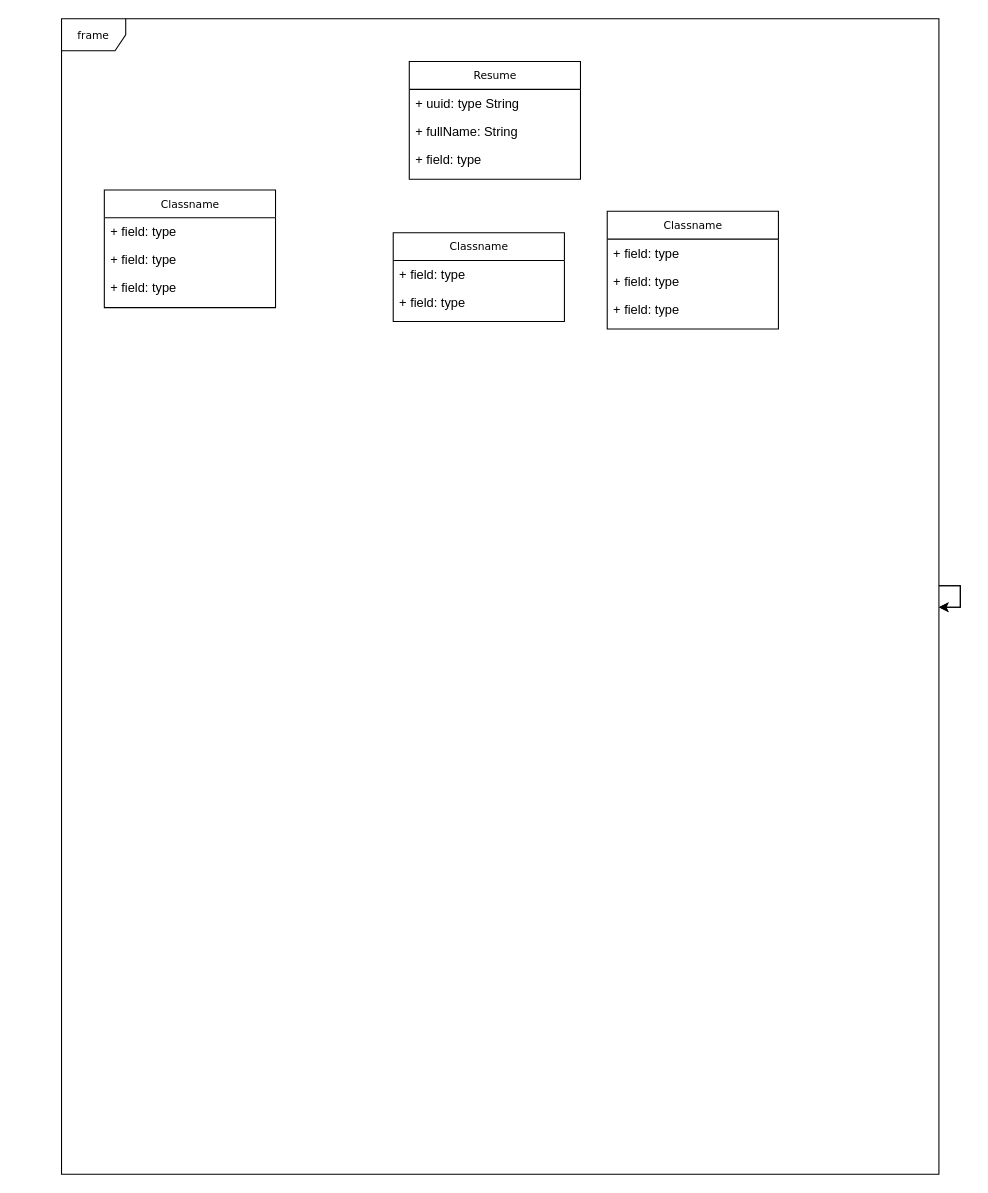
Before: ResumeStorage.drawio in sasjava/basejava, a draw.io diagram. Source tidied: cells renumbered, new cells numbered last; positions are measured from the earlier drawing's top-left corner, leaving out a move shared by most shapes. Both pictures are drawn from the tidied source at 107%, with x=0, y=0 at pixel (61, 18).
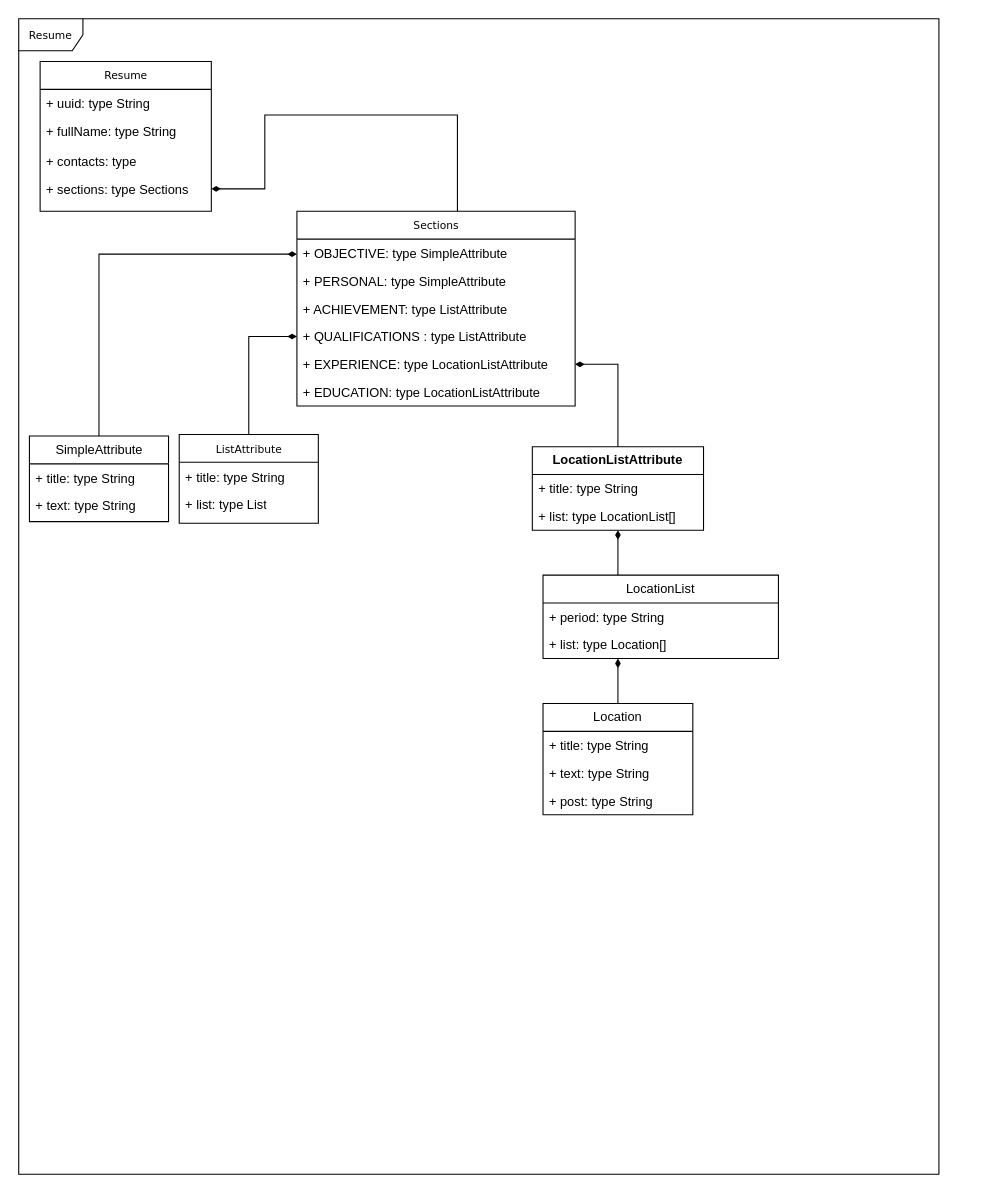
The same diagram, later.

Diff of the diagram source:
```diff
@@
-    <mxCell id="2" value="frame" style="shape=umlFrame;whiteSpace=wrap;html=1;rounded=0;shadow=0;comic=0;labelBackgroundColor=none;strokeWidth=1;fontFamily=Verdana;fontSize=10;align=center;" parent="1" vertex="1">
-      <mxGeometry width="820" height="1080" as="geometry" />
+    <mxCell id="2" value="Resume" style="shape=umlFrame;whiteSpace=wrap;html=1;rounded=0;shadow=0;comic=0;labelBackgroundColor=none;strokeWidth=1;fontFamily=Verdana;fontSize=10;align=center;" parent="1" vertex="1">
+      <mxGeometry x="-40" width="860" height="1080" as="geometry" />
     </mxCell>
     <mxCell id="3" value="Resume" style="swimlane;html=1;fontStyle=0;horizontal=1;startSize=26;fillColor=none;swimlaneFillColor=#ffffff;rounded=0;shadow=0;comic=0;labelBackgroundColor=none;strokeWidth=1;fontFamily=Verdana;fontSize=10;align=center;" parent="1" vertex="1">
-      <mxGeometry x="325" y="40" width="160" height="110" as="geometry" />
+      <mxGeometry x="-20" y="40" width="160" height="140" as="geometry" />
     </mxCell>
@@
-    <mxCell id="5" value="+ fullName: String" style="text;html=1;strokeColor=none;fillColor=none;align=left;verticalAlign=top;spacingLeft=4;spacingRight=4;whiteSpace=wrap;overflow=hidden;" parent="3" vertex="1">
-      <mxGeometry y="52" width="160" height="26" as="geometry" />
+    <mxCell id="5" value="+ fullName: type String" style="text;html=1;strokeColor=none;fillColor=none;align=left;verticalAlign=top;spacingLeft=4;spacingRight=4;whiteSpace=wrap;overflow=hidden;" parent="3" vertex="1">
+      <mxGeometry y="52" width="160" height="28" as="geometry" />
     </mxCell>
-    <mxCell id="6" value="+ field: type" style="text;html=1;strokeColor=none;fillColor=none;align=left;verticalAlign=top;spacingLeft=4;spacingRight=4;whiteSpace=wrap;overflow=hidden;" parent="3" vertex="1">
-      <mxGeometry y="78" width="160" height="26" as="geometry" />
-    </mxCell>
+    <mxCell id="20" value="+ contacts: type" style="text;strokeColor=none;fillColor=none;align=left;verticalAlign=top;spacingLeft=4;spacingRight=4;overflow=hidden;whiteSpace=wrap;html=1;" parent="3" vertex="1">
+      <mxGeometry y="80" width="160" height="26" as="geometry" />
+    </mxCell>
+    <mxCell id="21" value="+ sections: type Sections" style="text;strokeColor=none;fillColor=none;align=left;verticalAlign=top;spacingLeft=4;spacingRight=4;overflow=hidden;points=[[0,0.5],[1,0.5]];portConstraint=eastwest;whiteSpace=wrap;html=1;" parent="3" vertex="1">
+      <mxGeometry y="106" width="160" height="26" as="geometry" />
+    </mxCell>
+    <mxCell id="22" style="edgeStyle=orthogonalEdgeStyle;rounded=0;jettySize=auto;html=1;endArrow=diamondThin;endFill=1;" parent="1" edge="1" source="7" target="12">
+      <mxGeometry relative="1" as="geometry">
+        <Array as="points">
+          <mxPoint x="35" y="220" />
+        </Array>
+      </mxGeometry>
+    </mxCell>
-    <mxCell id="7" value="Classname" style="swimlane;html=1;fontStyle=0;horizontal=1;startSize=26;fillColor=none;swimlaneFillColor=#ffffff;rounded=0;shadow=0;comic=0;labelBackgroundColor=none;strokeWidth=1;fontFamily=Verdana;fontSize=10;align=center;" parent="1" vertex="1">
-      <mxGeometry x="40" y="160" width="160" height="110" as="geometry" />
+    <mxCell id="7" value="&lt;span style=&quot;font-family: Helvetica; font-size: 12px; text-align: left; text-wrap: wrap;&quot;&gt;SimpleAttribute&lt;/span&gt;" style="swimlane;html=1;fontStyle=0;horizontal=1;startSize=26;fillColor=none;swimlaneFillColor=#ffffff;rounded=0;shadow=0;comic=0;labelBackgroundColor=none;strokeWidth=1;fontFamily=Verdana;fontSize=10;align=center;" parent="1" vertex="1">
+      <mxGeometry x="-30" y="390" width="130" height="80" as="geometry" />
     </mxCell>
-    <mxCell id="8" value="+ field: type" style="text;html=1;strokeColor=none;fillColor=none;align=left;verticalAlign=top;spacingLeft=4;spacingRight=4;whiteSpace=wrap;overflow=hidden;" parent="7" vertex="1">
-      <mxGeometry y="26" width="160" height="26" as="geometry" />
+    <mxCell id="8" value="+ title: type String" style="text;html=1;strokeColor=none;fillColor=none;align=left;verticalAlign=top;spacingLeft=4;spacingRight=4;whiteSpace=wrap;overflow=hidden;" parent="7" vertex="1">
+      <mxGeometry y="26" width="130" height="26" as="geometry" />
     </mxCell>
-    <mxCell id="9" value="+ field: type" style="text;html=1;strokeColor=none;fillColor=none;align=left;verticalAlign=top;spacingLeft=4;spacingRight=4;whiteSpace=wrap;overflow=hidden;" parent="7" vertex="1">
-      <mxGeometry y="52" width="160" height="26" as="geometry" />
+    <mxCell id="9" value="+ text: type String" style="text;html=1;strokeColor=none;fillColor=none;align=left;verticalAlign=top;spacingLeft=4;spacingRight=4;whiteSpace=wrap;overflow=hidden;" parent="7" vertex="1">
+      <mxGeometry y="52" width="130" height="26" as="geometry" />
     </mxCell>
-    <mxCell id="10" value="+ field: type" style="text;html=1;strokeColor=none;fillColor=none;align=left;verticalAlign=top;spacingLeft=4;spacingRight=4;whiteSpace=wrap;overflow=hidden;" parent="7" vertex="1">
-      <mxGeometry y="78" width="160" height="26" as="geometry" />
-    </mxCell>
+    <mxCell id="23" style="edgeStyle=orthogonalEdgeStyle;rounded=0;jettySize=auto;html=1;endArrow=diamondThin;endFill=1;" parent="1" edge="1" source="11" target="21">
+      <mxGeometry relative="1" as="geometry">
+        <Array as="points">
+          <mxPoint x="370" y="90" />
+          <mxPoint x="190" y="90" />
+          <mxPoint x="190" y="159" />
+        </Array>
+      </mxGeometry>
+    </mxCell>
-    <mxCell id="11" value="Classname" style="swimlane;html=1;fontStyle=0;horizontal=1;startSize=26;fillColor=none;swimlaneFillColor=#ffffff;rounded=0;shadow=0;comic=0;labelBackgroundColor=none;strokeWidth=1;fontFamily=Verdana;fontSize=10;align=center;" parent="1" vertex="1">
-      <mxGeometry x="510" y="180" width="160" height="110" as="geometry" />
+    <mxCell id="11" value="Sections" style="swimlane;html=1;fontStyle=0;horizontal=1;startSize=26;fillColor=none;swimlaneFillColor=#ffffff;rounded=0;shadow=0;comic=0;labelBackgroundColor=none;strokeWidth=1;fontFamily=Verdana;fontSize=10;align=center;" parent="1" vertex="1">
+      <mxGeometry x="220" y="180" width="260" height="182" as="geometry" />
     </mxCell>
-    <mxCell id="12" value="+ field: type" style="text;html=1;strokeColor=none;fillColor=none;align=left;verticalAlign=top;spacingLeft=4;spacingRight=4;whiteSpace=wrap;overflow=hidden;points=[[0,0.5],[1,0.5]];portConstraint=eastwest;" parent="11" vertex="1">
-      <mxGeometry y="26" width="160" height="26" as="geometry" />
+    <mxCell id="12" value="+ OBJECTIVE: type SimpleAttribute" style="text;html=1;strokeColor=none;fillColor=none;align=left;verticalAlign=top;spacingLeft=4;spacingRight=4;whiteSpace=wrap;overflow=hidden;points=[[0,0.5],[1,0.5]];portConstraint=eastwest;" parent="11" vertex="1">
+      <mxGeometry y="26" width="260" height="26" as="geometry" />
     </mxCell>
-    <mxCell id="13" value="+ field: type" style="text;html=1;strokeColor=none;fillColor=none;align=left;verticalAlign=top;spacingLeft=4;spacingRight=4;whiteSpace=wrap;overflow=hidden;" parent="11" vertex="1">
-      <mxGeometry y="52" width="160" height="26" as="geometry" />
+    <mxCell id="13" value="+ PERSONAL: type SimpleAttribute" style="text;html=1;strokeColor=none;fillColor=none;align=left;verticalAlign=top;spacingLeft=4;spacingRight=4;whiteSpace=wrap;overflow=hidden;" parent="11" vertex="1">
+      <mxGeometry y="52" width="260" height="26" as="geometry" />
     </mxCell>
-    <mxCell id="14" value="+ field: type" style="text;html=1;strokeColor=none;fillColor=none;align=left;verticalAlign=top;spacingLeft=4;spacingRight=4;whiteSpace=wrap;overflow=hidden;" parent="11" vertex="1">
-      <mxGeometry y="78" width="160" height="26" as="geometry" />
+    <mxCell id="14" value="+ ACHIEVEMENT: type ListAttribute" style="text;html=1;strokeColor=none;fillColor=none;align=left;verticalAlign=top;spacingLeft=4;spacingRight=4;whiteSpace=wrap;overflow=hidden;" parent="11" vertex="1">
+      <mxGeometry y="78" width="260" height="26" as="geometry" />
     </mxCell>
+    <mxCell id="24" value="+ QUALIFICATIONS&amp;nbsp;: type ListAttribute" style="text;html=1;strokeColor=none;fillColor=none;align=left;verticalAlign=top;spacingLeft=4;spacingRight=4;whiteSpace=wrap;overflow=hidden;points=[[0,0.5],[1,0.5]];portConstraint=eastwest;" parent="11" vertex="1">
+      <mxGeometry y="104" width="260" height="26" as="geometry" />
+    </mxCell>
+    <mxCell id="25" value="+ EXPERIENCE: type&amp;nbsp;&lt;span style=&quot;text-align: center;&quot;&gt;Location&lt;/span&gt;ListAttribute" style="text;html=1;strokeColor=none;fillColor=none;align=left;verticalAlign=top;spacingLeft=4;spacingRight=4;whiteSpace=wrap;overflow=hidden;points=[[0,0.5],[1,0.5]];portConstraint=eastwest;" parent="11" vertex="1">
+      <mxGeometry y="130" width="260" height="26" as="geometry" />
+    </mxCell>
+    <mxCell id="26" value="+ EDUCATION: type&amp;nbsp;&lt;span style=&quot;text-align: center;&quot;&gt;Location&lt;/span&gt;ListAttribute" style="text;html=1;strokeColor=none;fillColor=none;align=left;verticalAlign=top;spacingLeft=4;spacingRight=4;whiteSpace=wrap;overflow=hidden;" parent="11" vertex="1">
+      <mxGeometry y="156" width="260" height="26" as="geometry" />
+    </mxCell>
+    <mxCell id="27" style="edgeStyle=orthogonalEdgeStyle;rounded=0;jettySize=auto;html=1;endArrow=diamondThin;endFill=1;" parent="1" edge="1" source="15" target="24">
+      <mxGeometry relative="1" as="geometry">
+        <Array as="points">
+          <mxPoint x="175" y="381" />
+          <mxPoint x="175" y="381" />
+          <mxPoint x="175" y="297" />
+        </Array>
+      </mxGeometry>
+    </mxCell>
-    <mxCell id="15" value="Classname" style="swimlane;html=1;fontStyle=0;horizontal=1;startSize=26;fillColor=none;swimlaneFillColor=#ffffff;rounded=0;shadow=0;comic=0;labelBackgroundColor=none;strokeWidth=1;fontFamily=Verdana;fontSize=10;align=center;" parent="1" vertex="1">
-      <mxGeometry x="310" y="200" width="160" height="83" as="geometry" />
+    <mxCell id="15" value="ListAttribute" style="swimlane;html=1;fontStyle=0;horizontal=1;startSize=26;fillColor=none;swimlaneFillColor=#ffffff;rounded=0;shadow=0;comic=0;labelBackgroundColor=none;strokeWidth=1;fontFamily=Verdana;fontSize=10;align=center;" parent="1" vertex="1">
+      <mxGeometry x="110" y="388.5" width="130" height="83" as="geometry" />
     </mxCell>
-    <mxCell id="16" value="+ field: type" style="text;html=1;strokeColor=none;fillColor=none;align=left;verticalAlign=top;spacingLeft=4;spacingRight=4;whiteSpace=wrap;overflow=hidden;" parent="15" vertex="1">
-      <mxGeometry y="26" width="160" height="26" as="geometry" />
+    <mxCell id="16" value="+ title: type String" style="text;html=1;strokeColor=none;fillColor=none;align=left;verticalAlign=top;spacingLeft=4;spacingRight=4;whiteSpace=wrap;overflow=hidden;" parent="15" vertex="1">
+      <mxGeometry y="26" width="130" height="26" as="geometry" />
     </mxCell>
-    <mxCell id="17" value="+ field: type" style="text;html=1;strokeColor=none;fillColor=none;align=left;verticalAlign=top;spacingLeft=4;spacingRight=4;whiteSpace=wrap;overflow=hidden;" parent="15" vertex="1">
-      <mxGeometry y="52" width="160" height="26" as="geometry" />
+    <mxCell id="17" value="+ list: type List" style="text;html=1;strokeColor=none;fillColor=none;align=left;verticalAlign=top;spacingLeft=4;spacingRight=4;whiteSpace=wrap;overflow=hidden;" parent="15" vertex="1">
+      <mxGeometry y="52" width="130" height="26" as="geometry" />
     </mxCell>
-    <mxCell id="18" style="edgeStyle=orthogonalEdgeStyle;rounded=0;orthogonalLoop=1;jettySize=auto;html=1;" parent="1" edge="1" source="2" target="2">
-      <mxGeometry relative="1" as="geometry" />
-    </mxCell>
-    <mxCell id="19" style="edgeStyle=orthogonalEdgeStyle;rounded=0;orthogonalLoop=1;jettySize=auto;html=1;" parent="1" edge="1" source="2" target="2">
-      <mxGeometry relative="1" as="geometry" />
-    </mxCell>
+    <mxCell id="28" style="edgeStyle=orthogonalEdgeStyle;rounded=0;jettySize=auto;html=1;endArrow=diamondThin;endFill=1;" parent="1" edge="1" source="29" target="36">
+      <mxGeometry relative="1" as="geometry">
+        <Array as="points">
+          <mxPoint x="520" y="610" />
+          <mxPoint x="520" y="610" />
+        </Array>
+      </mxGeometry>
+    </mxCell>
+    <mxCell id="29" value="Location" style="swimlane;fontStyle=0;horizontal=1;startSize=26;fillColor=none;whiteSpace=wrap;html=1;" parent="1" vertex="1">
+      <mxGeometry x="450" y="640" width="140" height="104" as="geometry" />
+    </mxCell>
+    <mxCell id="30" value="+ title: type String" style="text;strokeColor=none;fillColor=none;align=left;verticalAlign=top;spacingLeft=4;spacingRight=4;overflow=hidden;whiteSpace=wrap;html=1;" parent="29" vertex="1">
+      <mxGeometry y="26" width="140" height="26" as="geometry" />
+    </mxCell>
+    <mxCell id="31" value="+ text: type String" style="text;strokeColor=none;fillColor=none;align=left;verticalAlign=top;spacingLeft=4;spacingRight=4;overflow=hidden;whiteSpace=wrap;html=1;" parent="29" vertex="1">
+      <mxGeometry y="52" width="140" height="26" as="geometry" />
+    </mxCell>
+    <mxCell id="32" value="+ post: type String" style="text;strokeColor=none;fillColor=none;align=left;verticalAlign=top;spacingLeft=4;spacingRight=4;overflow=hidden;whiteSpace=wrap;html=1;" parent="29" vertex="1">
+      <mxGeometry y="78" width="140" height="26" as="geometry" />
+    </mxCell>
+    <mxCell id="33" style="edgeStyle=orthogonalEdgeStyle;rounded=0;jettySize=auto;html=1;endArrow=diamondThin;endFill=1;" parent="1" edge="1" source="34" target="40">
+      <mxGeometry relative="1" as="geometry">
+        <Array as="points">
+          <mxPoint x="520" y="500" />
+          <mxPoint x="520" y="500" />
+        </Array>
+      </mxGeometry>
+    </mxCell>
+    <mxCell id="34" value="LocationList" style="swimlane;fontStyle=0;horizontal=1;startSize=26;fillColor=none;whiteSpace=wrap;html=1;" parent="1" vertex="1">
+      <mxGeometry x="450" y="520" width="220" height="78" as="geometry" />
+    </mxCell>
+    <mxCell id="35" value="+ period: type String" style="text;strokeColor=none;fillColor=none;align=left;verticalAlign=top;spacingLeft=4;spacingRight=4;overflow=hidden;whiteSpace=wrap;html=1;" parent="34" vertex="1">
+      <mxGeometry y="26" width="220" height="26" as="geometry" />
+    </mxCell>
+    <mxCell id="36" value="+ list: type&amp;nbsp;&lt;span style=&quot;text-align: center;&quot;&gt;Location[]&lt;/span&gt;" style="text;strokeColor=none;fillColor=none;align=left;verticalAlign=top;spacingLeft=4;spacingRight=4;overflow=hidden;points=[[0,0.5],[1,0.5]];portConstraint=eastwest;whiteSpace=wrap;html=1;" parent="34" vertex="1">
+      <mxGeometry y="52" width="220" height="26" as="geometry" />
+    </mxCell>
+    <mxCell id="37" style="edgeStyle=orthogonalEdgeStyle;rounded=0;jettySize=auto;html=1;endArrow=diamondThin;endFill=1;" parent="1" edge="1" source="38" target="25">
+      <mxGeometry relative="1" as="geometry" />
+    </mxCell>
+    <mxCell id="38" value="&lt;span style=&quot;font-weight: 700;&quot;&gt;LocationListAttribute&lt;/span&gt;" style="swimlane;fontStyle=0;horizontal=1;startSize=26;fillColor=none;whiteSpace=wrap;html=1;" parent="1" vertex="1">
+      <mxGeometry x="440" y="400" width="160" height="78" as="geometry" />
+    </mxCell>
+    <mxCell id="39" value="+ title: type String" style="text;strokeColor=none;fillColor=none;align=left;verticalAlign=top;spacingLeft=4;spacingRight=4;overflow=hidden;whiteSpace=wrap;html=1;" parent="38" vertex="1">
+      <mxGeometry y="26" width="160" height="26" as="geometry" />
+    </mxCell>
+    <mxCell id="40" value="+ list: type LocationList[]" style="text;strokeColor=none;fillColor=none;align=left;verticalAlign=top;spacingLeft=4;spacingRight=4;overflow=hidden;points=[[0,0.5],[1,0.5]];portConstraint=eastwest;whiteSpace=wrap;html=1;" parent="38" vertex="1">
+      <mxGeometry y="52" width="160" height="26" as="geometry" />
+    </mxCell>
```
